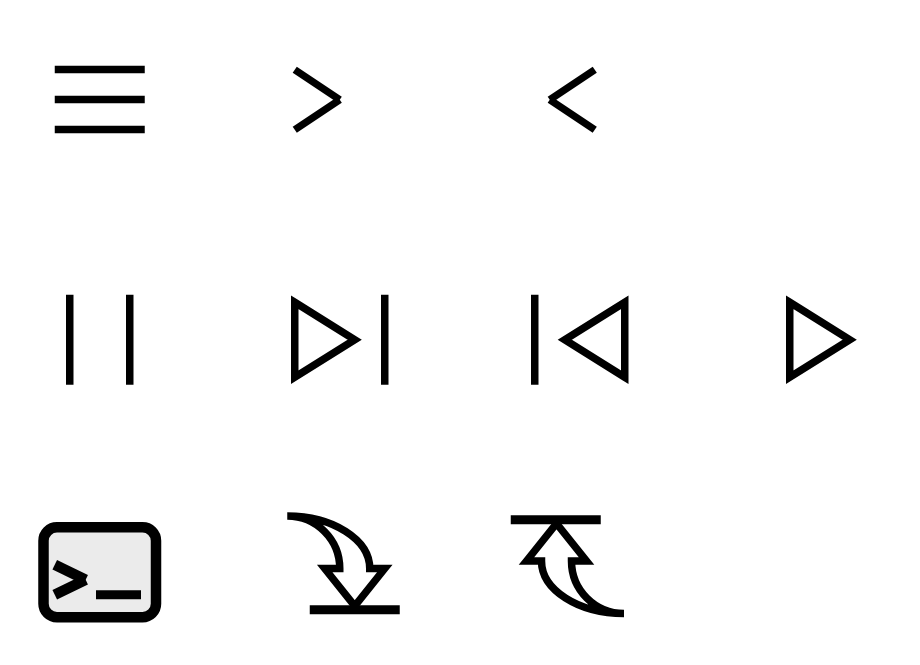
Before: assets/icons.drawio in hitotsubasiyurie/ongaku-project, a draw.io diagram. Source tidied: cells renumbered, new cells numbered last; positions are measured from the earlier drawing's top-left corner, leaving out a move shared by most shapes. Both pictures are drawn from the tidied source at 150%, with x=0, y=0 at pixel (24, 24).
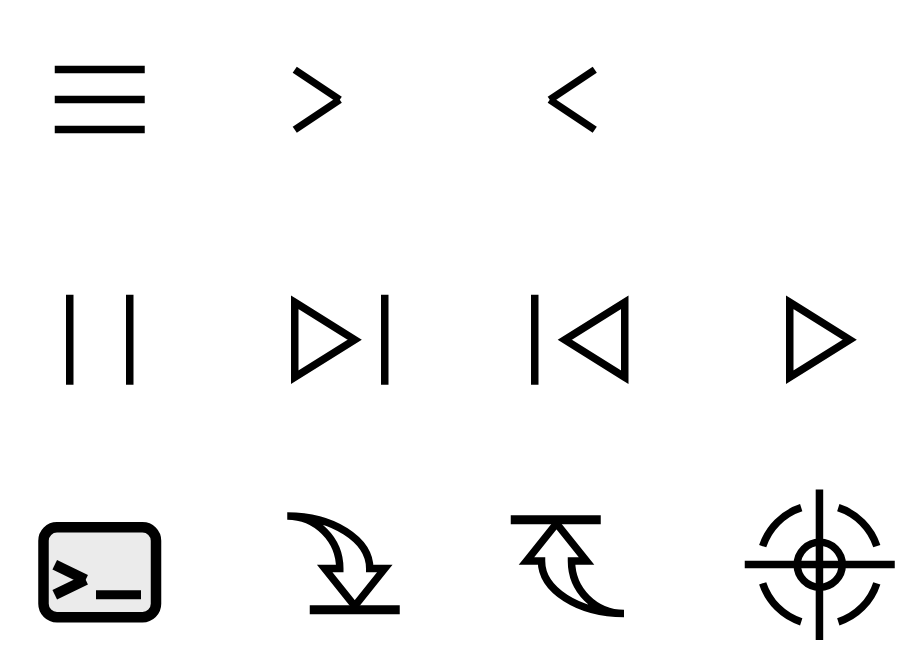
After the change.

What changed in the source:
```diff
@@
+    <mxCell id="37" style="whiteSpace=wrap;html=1;strokeWidth=0;fillColor=none;strokeColor=none;rotation=-180;" parent="1" vertex="1">
+      <mxGeometry x="480" y="307.5" width="100" height="100" as="geometry" />
+    </mxCell>
+    <mxCell id="38" style="group;" parent="1" vertex="1">
+      <mxGeometry x="490" y="320" width="80" height="80" as="geometry" />
+    </mxCell>
+    <mxCell id="39" style="verticalLabelPosition=bottom;verticalAlign=top;html=1;shape=mxgraph.basic.arc;startAngle=0.8;endAngle=0.95;strokeWidth=5;" parent="38" vertex="1">
+      <mxGeometry width="80" height="80" as="geometry" />
+    </mxCell>
+    <mxCell id="40" style="verticalLabelPosition=bottom;verticalAlign=top;html=1;shape=mxgraph.basic.arc;startAngle=0.55;endAngle=0.7;strokeWidth=5;" parent="38" vertex="1">
+      <mxGeometry width="80" height="80" as="geometry" />
+    </mxCell>
+    <mxCell id="41" style="verticalLabelPosition=bottom;verticalAlign=top;html=1;shape=mxgraph.basic.arc;startAngle=0.3;endAngle=0.45;strokeWidth=5;" parent="38" vertex="1">
+      <mxGeometry width="80" height="80" as="geometry" />
+    </mxCell>
+    <mxCell id="42" style="verticalLabelPosition=bottom;verticalAlign=top;html=1;shape=mxgraph.basic.arc;startAngle=0.05;endAngle=0.2;strokeWidth=5;" parent="38" vertex="1">
+      <mxGeometry width="80" height="80" as="geometry" />
+    </mxCell>
+    <mxCell id="43" style="endArrow=none;html=1;rounded=0;strokeWidth=5;" parent="38" edge="1">
+      <mxGeometry relative="1" as="geometry">
+        <mxPoint x="-10" y="39.8" as="sourcePoint" />
+        <mxPoint x="90" y="39.8" as="targetPoint" />
+      </mxGeometry>
+    </mxCell>
+    <mxCell id="44" style="endArrow=none;html=1;rounded=0;strokeWidth=5;" parent="38" edge="1">
+      <mxGeometry relative="1" as="geometry">
+        <mxPoint x="39.8" y="-10.2" as="sourcePoint" />
+        <mxPoint x="39.8" y="90.2" as="targetPoint" />
+      </mxGeometry>
+    </mxCell>
+    <mxCell id="45" style="ellipse;whiteSpace=wrap;html=1;strokeWidth=5;fillColor=none;" parent="1" vertex="1">
+      <mxGeometry x="515" y="345" width="30" height="30" as="geometry" />
+    </mxCell>
```
